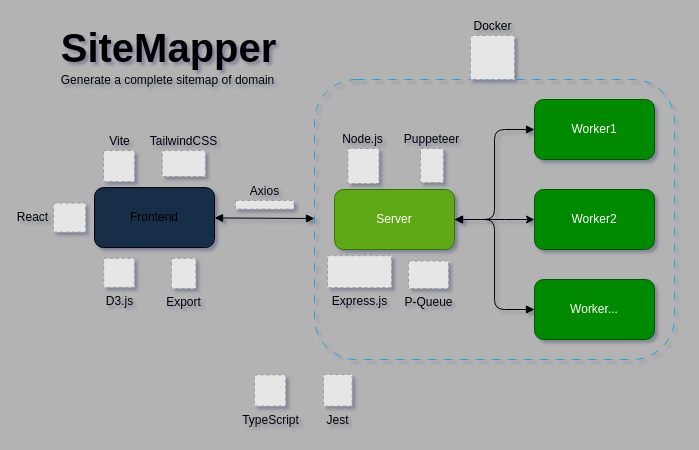
Before: .github/diagram.drawio in brunosduarte/project-web-crawler, a draw.io diagram. Source tidied: cells renumbered, new cells numbered last; positions are measured from the earlier drawing's top-left corner, leaving out a move shared by most shapes. Both pictures are drawn from the tidied source at 100%, with x=0, y=0 at pixel (51, 17). Pictures stored in the file or linked from it are replaced by grey dashed boxes.
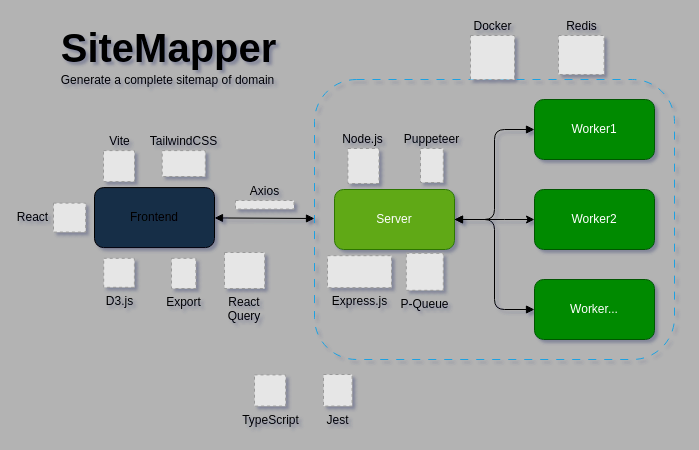
Above is the later version.

Change to the diagram source:
```diff
@@
-    <mxCell id="21" value="P-Queue" style="fillColor=#E6E6E6;strokeColor=#999999;dashed=1;verticalLabelPosition=bottom;labelBackgroundColor=none;verticalAlign=top;html=1;" parent="1" vertex="1">
-      <mxGeometry x="357" y="243.5" width="40" height="27.5" as="geometry" />
-    </mxCell>
@@
+    <mxCell id="28" value="React Query" style="fillColor=#E6E6E6;strokeColor=#999999;dashed=1;verticalLabelPosition=bottom;labelBackgroundColor=none;verticalAlign=top;html=1;whiteSpace=wrap;" parent="1" vertex="1">
+      <mxGeometry x="173" y="235" width="40.2" height="36" as="geometry" />
+    </mxCell>
+    <mxCell id="21" value="P-Queue" style="fillColor=#E6E6E6;strokeColor=#999999;dashed=1;verticalLabelPosition=bottom;labelBackgroundColor=none;verticalAlign=top;html=1;" parent="1" vertex="1">
+      <mxGeometry x="354.8" y="235.8" width="37" height="37" as="geometry" />
+    </mxCell>
+    <mxCell id="29" value="Redis" style="fillColor=#E6E6E6;strokeColor=#999999;dashed=1;verticalLabelPosition=top;labelBackgroundColor=none;verticalAlign=bottom;html=1;labelPosition=center;align=center;" parent="1" vertex="1">
+      <mxGeometry x="507" y="18" width="45.6" height="39" as="geometry" />
+    </mxCell>
```
